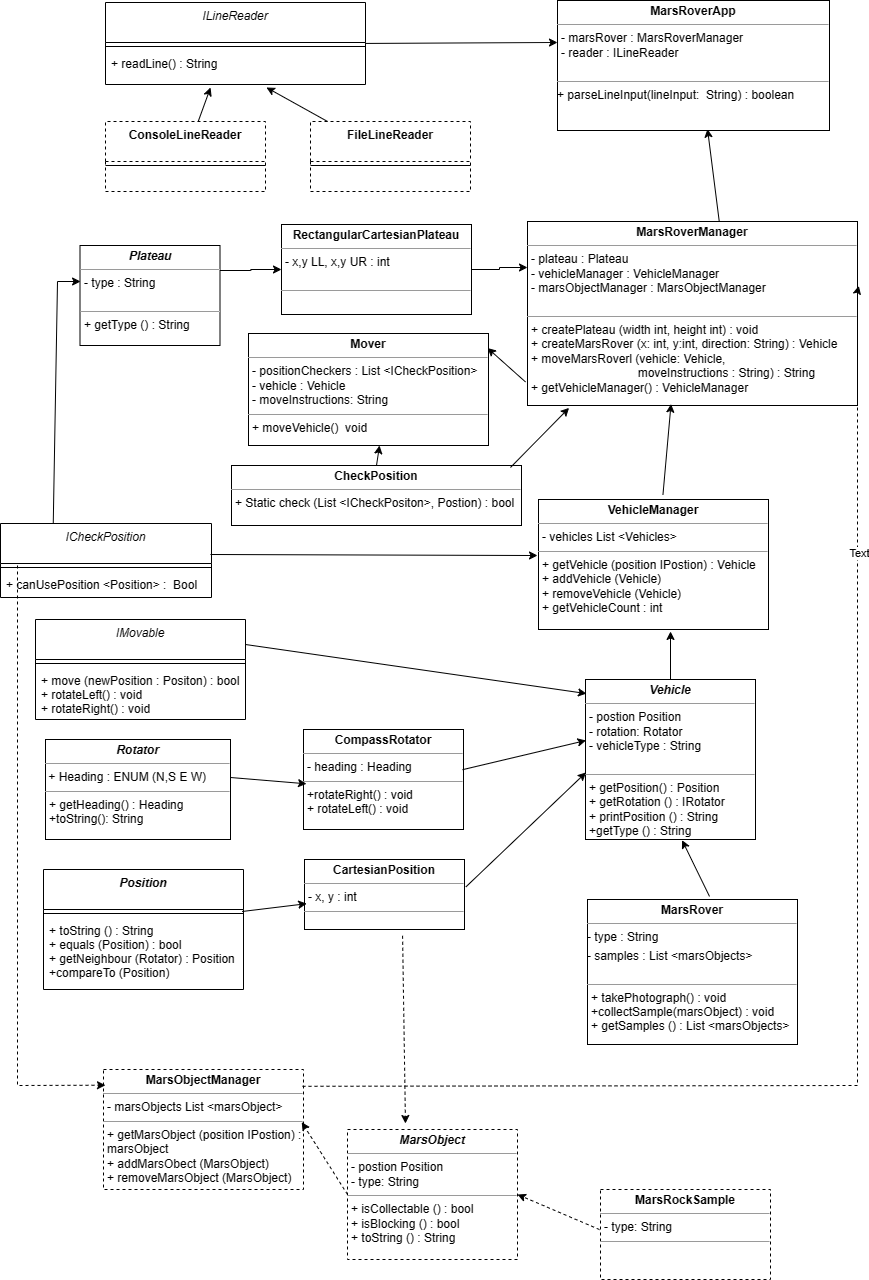
Earlier version of the draw.io export Docs/Melody Mars Rover UML v3.png (adeyatz/melody-mars-rover-app). Source tidied: cells renumbered, new cells last; positions are measured from the earlier drawing's top-left corner, leaving out a move shared by most shapes.
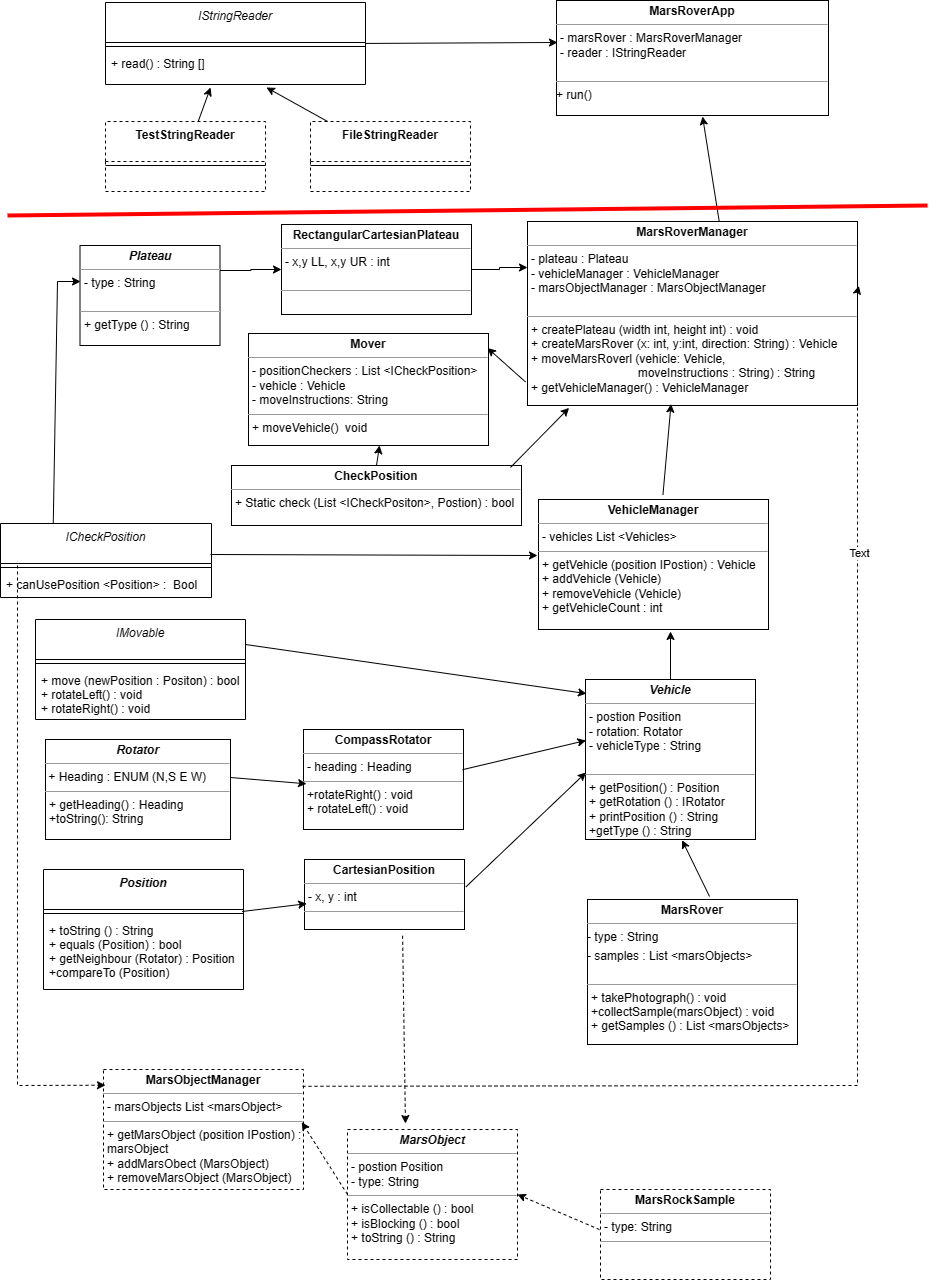
After the change.

Commit message:
MarsRoverApp(): First impl. of an app to run the tests, using a IStringReader. Impl. a  basic class, need to impl. FileStringReader to read from a resource file

Diff of the diagram source:
```diff
@@ -35,27 +35,25 @@
     <mxCell id="12" style="endArrow=classic;html=1;rounded=0;exitX=0.541;exitY=-0.035;exitDx=0;exitDy=0;exitPerimeter=0;entryX=0.435;entryY=0.992;entryDx=0;entryDy=0;entryPerimeter=0;" parent="1" edge="1" source="9" target="11">
       <mxGeometry relative="1" as="geometry" />
     </mxCell>
-    <mxCell id="13" value="&lt;p style=&quot;margin:0px;margin-top:4px;text-align:center;&quot;&gt;&lt;b&gt;MarsRoverApp&lt;/b&gt;&lt;/p&gt;&lt;hr size=&quot;1&quot;&gt;&lt;p style=&quot;margin:0px;margin-left:4px;&quot;&gt;&lt;span style=&quot;background-color: initial;&quot;&gt;- marsRover : MarsRoverManager&lt;/span&gt;&lt;br&gt;&lt;/p&gt;&lt;p style=&quot;margin:0px;margin-left:4px;&quot;&gt;&lt;span style=&quot;background-color: initial;&quot;&gt;- reader : ILineReader&lt;/span&gt;&lt;/p&gt;&lt;p style=&quot;margin:0px;margin-left:4px;&quot;&gt;&lt;br&gt;&lt;/p&gt;&lt;hr size=&quot;1&quot;&gt;+ parseLineInput(lineInput:&amp;nbsp; String) : boolean&lt;p style=&quot;margin:0px;margin-left:4px;&quot;&gt;&lt;br&gt;&lt;/p&gt;" style="verticalAlign=top;align=left;overflow=fill;fontSize=12;fontFamily=Helvetica;html=1;whiteSpace=wrap;" parent="1" vertex="1">
-      <mxGeometry x="557" width="272" height="130" as="geometry" />
+    <mxCell id="13" value="&lt;p style=&quot;margin:0px;margin-top:4px;text-align:center;&quot;&gt;&lt;b&gt;MarsRoverApp&lt;/b&gt;&lt;/p&gt;&lt;hr size=&quot;1&quot;&gt;&lt;p style=&quot;margin:0px;margin-left:4px;&quot;&gt;&lt;span style=&quot;background-color: initial;&quot;&gt;- marsRover : MarsRoverManager&lt;/span&gt;&lt;br&gt;&lt;/p&gt;&lt;p style=&quot;margin:0px;margin-left:4px;&quot;&gt;&lt;span style=&quot;background-color: initial;&quot;&gt;- reader : IStringReader&lt;/span&gt;&lt;/p&gt;&lt;p style=&quot;margin:0px;margin-left:4px;&quot;&gt;&lt;br&gt;&lt;/p&gt;&lt;hr size=&quot;1&quot;&gt;+ run()&lt;p style=&quot;margin:0px;margin-left:4px;&quot;&gt;&lt;br&gt;&lt;/p&gt;" style="verticalAlign=top;align=left;overflow=fill;fontSize=12;fontFamily=Helvetica;html=1;whiteSpace=wrap;" parent="1" vertex="1">
+      <mxGeometry x="556" width="272" height="115" as="geometry" />
     </mxCell>
-    <mxCell id="14" style="endArrow=classic;html=1;rounded=0;entryX=0.531;entryY=1.008;entryDx=0;entryDy=0;exitX=0.581;exitY=0;exitDx=0;exitDy=0;entryPerimeter=0;exitPerimeter=0;" parent="1" edge="1" source="11">
-      <mxGeometry relative="1" as="geometry">
-        <mxPoint x="707" y="128.5" as="targetPoint" />
-      </mxGeometry>
+    <mxCell id="14" style="endArrow=classic;html=1;rounded=0;entryX=0.537;entryY=1.009;entryDx=0;entryDy=0;exitX=0.581;exitY=0;exitDx=0;exitDy=0;entryPerimeter=0;exitPerimeter=0;" parent="1" edge="1" source="11" target="13">
+      <mxGeometry relative="1" as="geometry" />
     </mxCell>
-    <mxCell id="15" value="FileLineReader" style="swimlane;fontStyle=1;align=center;verticalAlign=top;horizontal=1;startSize=40;rounded=0;shadow=0;strokeWidth=1;dashed=1;" parent="1" vertex="1">
+    <mxCell id="15" value="FileStringReader" style="swimlane;fontStyle=1;align=center;verticalAlign=top;horizontal=1;startSize=40;rounded=0;shadow=0;strokeWidth=1;dashed=1;" parent="1" vertex="1">
       <mxGeometry x="310" y="121" width="160" height="70" as="geometry" />
     </mxCell>
     <mxCell id="16" style="line;html=1;strokeWidth=1;align=left;verticalAlign=middle;spacingTop=-1;spacingLeft=3;spacingRight=3;labelPosition=right;" parent="15" vertex="1">
       <mxGeometry y="40" width="160" height="8" as="geometry" />
     </mxCell>
-    <mxCell id="17" value="ILineReader" style="swimlane;fontStyle=2;align=center;verticalAlign=top;horizontal=1;startSize=40;rounded=0;shadow=0;strokeWidth=1;" parent="1" vertex="1">
+    <mxCell id="17" value="IStringReader" style="swimlane;fontStyle=2;align=center;verticalAlign=top;horizontal=1;startSize=40;rounded=0;shadow=0;strokeWidth=1;" parent="1" vertex="1">
       <mxGeometry x="105" y="2" width="260" height="82" as="geometry" />
     </mxCell>
     <mxCell id="18" style="line;html=1;strokeWidth=1;align=left;verticalAlign=middle;spacingTop=-1;spacingLeft=3;spacingRight=3;labelPosition=right;" parent="17" vertex="1">
       <mxGeometry y="40" width="260" height="8" as="geometry" />
     </mxCell>
-    <mxCell id="19" value="+ readLine() : String" style="text;align=left;verticalAlign=top;spacingLeft=4;spacingRight=4;overflow=hidden;points=[[0,0.5],[1,0.5]];portConstraint=eastwest;" parent="17" vertex="1">
+    <mxCell id="19" value="+ read() : String []" style="text;align=left;verticalAlign=top;spacingLeft=4;spacingRight=4;overflow=hidden;points=[[0,0.5],[1,0.5]];portConstraint=eastwest;" parent="17" vertex="1">
       <mxGeometry y="48" width="260" height="34" as="geometry" />
     </mxCell>
     <mxCell id="20" style="endArrow=classic;html=1;rounded=0;exitX=1;exitY=0;exitDx=0;exitDy=0;exitPerimeter=0;" parent="1" edge="1">
@@ -64,7 +62,7 @@
         <mxPoint x="557" y="42" as="targetPoint" />
       </mxGeometry>
     </mxCell>
-    <mxCell id="21" value="ConsoleLineReader" style="swimlane;fontStyle=1;align=center;verticalAlign=top;horizontal=1;startSize=40;rounded=0;shadow=0;strokeWidth=1;dashed=1;" parent="1" vertex="1">
+    <mxCell id="21" value="TestStringReader" style="swimlane;fontStyle=1;align=center;verticalAlign=top;horizontal=1;startSize=40;rounded=0;shadow=0;strokeWidth=1;dashed=1;" parent="1" vertex="1">
       <mxGeometry x="105" y="121" width="160" height="70" as="geometry" />
     </mxCell>
     <mxCell id="22" style="line;html=1;strokeWidth=1;align=left;verticalAlign=middle;spacingTop=-1;spacingLeft=3;spacingRight=3;labelPosition=right;" parent="21" vertex="1">
@@ -193,5 +191,11 @@
     <mxCell id="57" style="endArrow=classic;html=1;rounded=0;entryX=0.546;entryY=1;entryDx=0;entryDy=0;entryPerimeter=0;exitX=0.5;exitY=0;exitDx=0;exitDy=0;" parent="1" edge="1" source="54" target="46">
       <mxGeometry relative="1" as="geometry" />
     </mxCell>
+    <mxCell id="58" style="endArrow=none;html=1;rounded=0;strokeColor=#FF0000;strokeWidth=4;" parent="1" edge="1">
+      <mxGeometry relative="1" as="geometry">
+        <mxPoint x="7" y="215" as="sourcePoint" />
+        <mxPoint x="927" y="205" as="targetPoint" />
+      </mxGeometry>
+    </mxCell>
   </root>
 </mxGraphModel>
```
